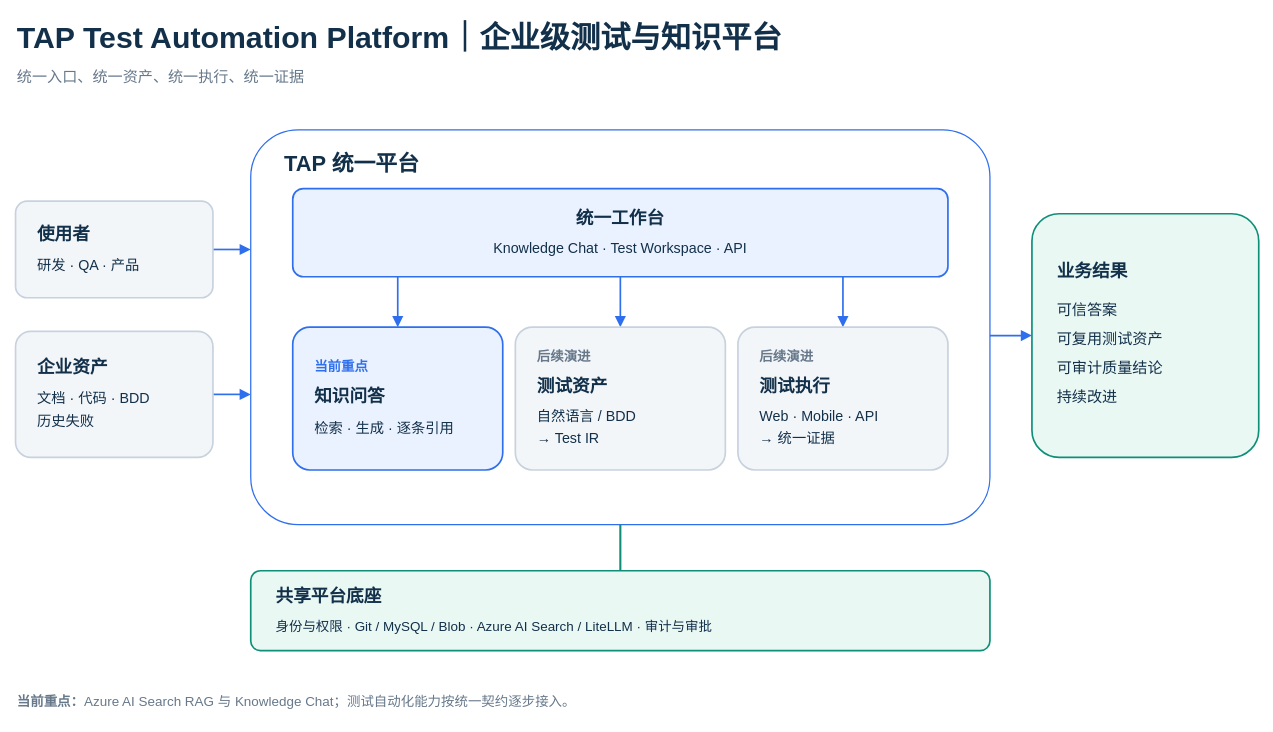
The draw.io diagram docs/architecture/2026-08-27-tap-platform-architecture.drawio in patrickstarpty/tap, before the edit. Source tidied: cells renumbered, new cells numbered last; positions are measured from the earlier drawing's top-left corner, leaving out a move shared by most shapes. Both pictures are drawn from the tidied source at 84%, with x=0, y=0 at pixel (15, 14).
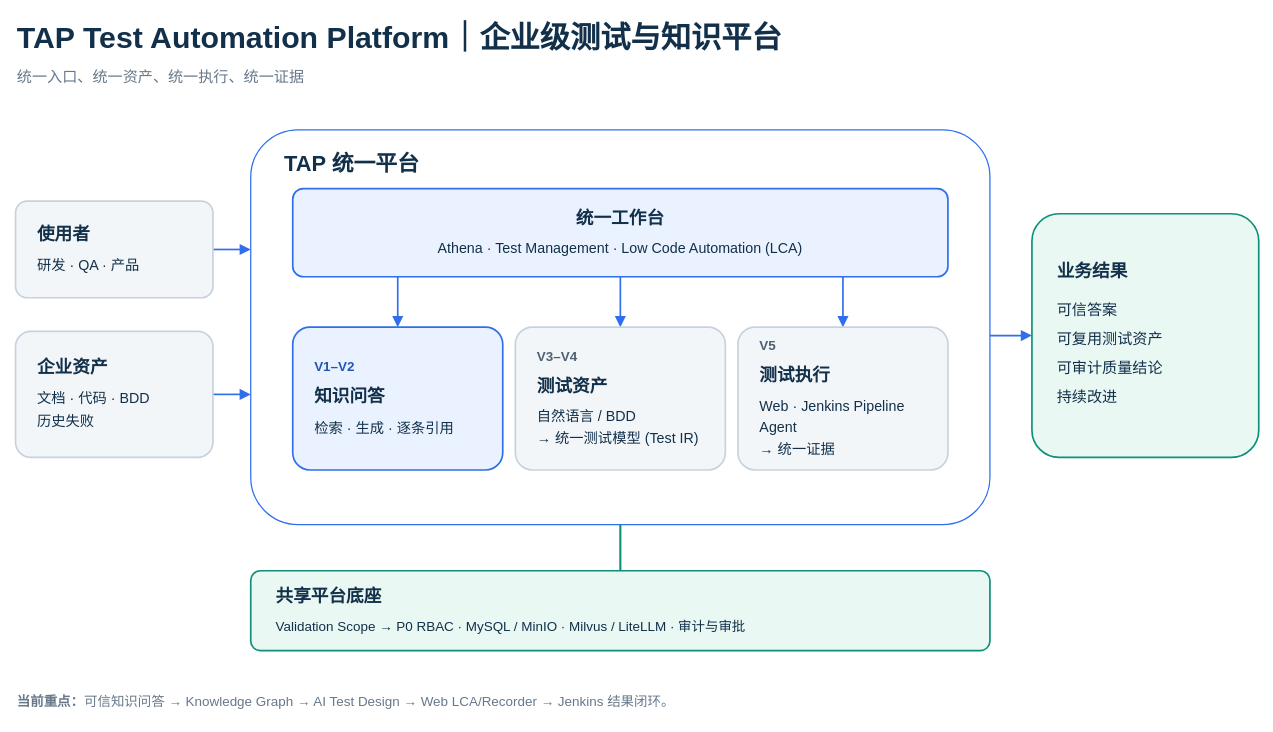
After the change.

Change to the diagram source:
```diff
@@
-    <mxCell id="14" value="&lt;div style=&quot;font-size:21px;line-height:1.25;&quot;&gt;&lt;b&gt;统一工作台&lt;/b&gt;&lt;/div&gt;&lt;div style=&quot;font-size:17px;line-height:1.5;margin-top:10px;&quot;&gt;Knowledge Chat · Test Workspace · API&lt;/div&gt;" style="rounded=1;arcSize=12;whiteSpace=wrap;html=1;fillColor=#EAF2FF;strokeColor=#2F6FED;strokeWidth=2;fontColor=#12304A;fontFamily=Arial;fontSize=17;align=center;verticalAlign=middle;spacingLeft=24;spacingRight=24;" parent="1" vertex="1">
+    <mxCell id="14" value="&lt;div style=&quot;font-size:21px;line-height:1.25;&quot;&gt;&lt;b&gt;统一工作台&lt;/b&gt;&lt;/div&gt;&lt;div style=&quot;font-size:17px;line-height:1.5;margin-top:10px;&quot;&gt;Athena · Test Management · Low Code Automation (LCA)&lt;/div&gt;" style="rounded=1;arcSize=12;whiteSpace=wrap;html=1;fillColor=#EAF2FF;strokeColor=#2F6FED;strokeWidth=2;fontColor=#12304A;fontFamily=Arial;fontSize=17;align=center;verticalAlign=middle;spacingLeft=24;spacingRight=24;" parent="1" vertex="1">
       <mxGeometry x="330" y="207" width="780" height="105" as="geometry" />
     </mxCell>
-    <mxCell id="15" value="&lt;div style=&quot;font-size:16px;line-height:1.2;color:#2F6FED;&quot;&gt;&lt;b&gt;当前重点&lt;/b&gt;&lt;/div&gt;&lt;div style=&quot;font-size:21px;line-height:1.3;margin-top:12px;&quot;&gt;&lt;b&gt;知识问答&lt;/b&gt;&lt;/div&gt;&lt;div style=&quot;font-size:17px;line-height:1.5;margin-top:12px;&quot;&gt;检索 · 生成 · 逐条引用&lt;/div&gt;" style="rounded=1;arcSize=12;whiteSpace=wrap;html=1;fillColor=#EAF2FF;strokeColor=#2F6FED;strokeWidth=2;fontColor=#12304A;fontFamily=Arial;fontSize=17;align=left;verticalAlign=middle;spacingLeft=24;spacingRight=18;" parent="1" vertex="1">
+    <mxCell id="15" value="&lt;div style=&quot;font-size:16px;line-height:1.2;color:#2457B3;&quot;&gt;&lt;b&gt;V1–V2&lt;/b&gt;&lt;/div&gt;&lt;div style=&quot;font-size:21px;line-height:1.3;margin-top:12px;&quot;&gt;&lt;b&gt;知识问答&lt;/b&gt;&lt;/div&gt;&lt;div style=&quot;font-size:17px;line-height:1.5;margin-top:12px;&quot;&gt;检索 · 生成 · 逐条引用&lt;/div&gt;" style="rounded=1;arcSize=12;whiteSpace=wrap;html=1;fillColor=#EAF2FF;strokeColor=#2F6FED;strokeWidth=2;fontColor=#12304A;fontFamily=Arial;fontSize=17;align=left;verticalAlign=middle;spacingLeft=24;spacingRight=18;" parent="1" vertex="1">
       <mxGeometry x="330" y="372" width="250" height="170" as="geometry" />
     </mxCell>
-    <mxCell id="16" value="&lt;div style=&quot;font-size:16px;line-height:1.2;color:#66788A;&quot;&gt;&lt;b&gt;后续演进&lt;/b&gt;&lt;/div&gt;&lt;div style=&quot;font-size:21px;line-height:1.3;margin-top:12px;&quot;&gt;&lt;b&gt;测试资产&lt;/b&gt;&lt;/div&gt;&lt;div style=&quot;font-size:17px;line-height:1.5;margin-top:10px;&quot;&gt;自然语言 / BDD&lt;br&gt;→ Test IR&lt;/div&gt;" style="rounded=1;arcSize=12;whiteSpace=wrap;html=1;fillColor=#F3F6F9;strokeColor=#C7D2DE;strokeWidth=2;fontColor=#12304A;fontFamily=Arial;fontSize=17;align=left;verticalAlign=middle;spacingLeft=24;spacingRight=18;" parent="1" vertex="1">
+    <mxCell id="16" value="&lt;div style=&quot;font-size:16px;line-height:1.2;color:#4E6072;&quot;&gt;&lt;b&gt;V3–V4&lt;/b&gt;&lt;/div&gt;&lt;div style=&quot;font-size:21px;line-height:1.3;margin-top:12px;&quot;&gt;&lt;b&gt;测试资产&lt;/b&gt;&lt;/div&gt;&lt;div style=&quot;font-size:17px;line-height:1.5;margin-top:10px;&quot;&gt;自然语言 / BDD&lt;br&gt;→ 统一测试模型 (Test IR)&lt;/div&gt;" style="rounded=1;arcSize=12;whiteSpace=wrap;html=1;fillColor=#F3F6F9;strokeColor=#C7D2DE;strokeWidth=2;fontColor=#12304A;fontFamily=Arial;fontSize=17;align=left;verticalAlign=middle;spacingLeft=24;spacingRight=18;" parent="1" vertex="1">
       <mxGeometry x="595" y="372" width="250" height="170" as="geometry" />
     </mxCell>
-    <mxCell id="17" value="&lt;div style=&quot;font-size:16px;line-height:1.2;color:#66788A;&quot;&gt;&lt;b&gt;后续演进&lt;/b&gt;&lt;/div&gt;&lt;div style=&quot;font-size:21px;line-height:1.3;margin-top:12px;&quot;&gt;&lt;b&gt;测试执行&lt;/b&gt;&lt;/div&gt;&lt;div style=&quot;font-size:17px;line-height:1.5;margin-top:10px;&quot;&gt;Web · Mobile · API&lt;br&gt;→ 统一证据&lt;/div&gt;" style="rounded=1;arcSize=12;whiteSpace=wrap;html=1;fillColor=#F3F6F9;strokeColor=#C7D2DE;strokeWidth=2;fontColor=#12304A;fontFamily=Arial;fontSize=17;align=left;verticalAlign=middle;spacingLeft=24;spacingRight=18;" parent="1" vertex="1">
+    <mxCell id="17" value="&lt;div style=&quot;font-size:16px;line-height:1.2;color:#4E6072;&quot;&gt;&lt;b&gt;V5&lt;/b&gt;&lt;/div&gt;&lt;div style=&quot;font-size:21px;line-height:1.3;margin-top:12px;&quot;&gt;&lt;b&gt;测试执行&lt;/b&gt;&lt;/div&gt;&lt;div style=&quot;font-size:17px;line-height:1.5;margin-top:10px;&quot;&gt;Web · Jenkins Pipeline Agent&lt;br&gt;→ 统一证据&lt;/div&gt;" style="rounded=1;arcSize=12;whiteSpace=wrap;html=1;fillColor=#F3F6F9;strokeColor=#C7D2DE;strokeWidth=2;fontColor=#12304A;fontFamily=Arial;fontSize=17;align=left;verticalAlign=middle;spacingLeft=24;spacingRight=18;" parent="1" vertex="1">
       <mxGeometry x="860" y="372" width="250" height="170" as="geometry" />
     </mxCell>
@@
-    <mxCell id="19" value="&lt;div style=&quot;font-size:21px;line-height:1.25;&quot;&gt;&lt;b&gt;共享平台底座&lt;/b&gt;&lt;/div&gt;&lt;div style=&quot;font-size:16px;line-height:1.5;margin-top:10px;&quot;&gt;身份与权限 · Git / MySQL / Blob · Azure AI Search / LiteLLM · 审计与审批&lt;/div&gt;" style="rounded=1;arcSize=12;whiteSpace=wrap;html=1;fillColor=#EAF8F4;strokeColor=#0F8F78;strokeWidth=2;fontColor=#12304A;fontFamily=Arial;fontSize=16;align=left;verticalAlign=middle;spacingLeft=28;spacingRight=24;" parent="1" vertex="1">
+    <mxCell id="19" value="&lt;div style=&quot;font-size:21px;line-height:1.25;&quot;&gt;&lt;b&gt;共享平台底座&lt;/b&gt;&lt;/div&gt;&lt;div style=&quot;font-size:16px;line-height:1.5;margin-top:10px;&quot;&gt;Validation Scope → P0 RBAC · MySQL / MinIO · Milvus / LiteLLM · 审计与审批&lt;/div&gt;" style="rounded=1;arcSize=12;whiteSpace=wrap;html=1;fillColor=#EAF8F4;strokeColor=#0F8F78;strokeWidth=2;fontColor=#12304A;fontFamily=Arial;fontSize=16;align=left;verticalAlign=middle;spacingLeft=28;spacingRight=24;" parent="1" vertex="1">
       <mxGeometry x="280" y="662" width="880" height="95" as="geometry" />
     </mxCell>
-    <mxCell id="20" value="&lt;b&gt;当前重点：&lt;/b&gt;Azure AI Search RAG 与 Knowledge Chat；测试自动化能力按统一契约逐步接入。" style="text;html=1;strokeColor=none;fillColor=none;align=left;verticalAlign=middle;whiteSpace=wrap;rounded=0;fontFamily=Arial;fontSize=16;fontColor=#66788A;" parent="1" vertex="1">
+    <mxCell id="20" value="&lt;b&gt;当前重点：&lt;/b&gt;可信知识问答 → Knowledge Graph → AI Test Design → Web LCA/Recorder → Jenkins 结果闭环。" style="text;html=1;strokeColor=none;fillColor=none;align=left;verticalAlign=middle;whiteSpace=wrap;rounded=0;fontFamily=Arial;fontSize=16;fontColor=#66788A;" parent="1" vertex="1">
       <mxGeometry y="796" width="1480" height="42" as="geometry" />
     </mxCell>
```
